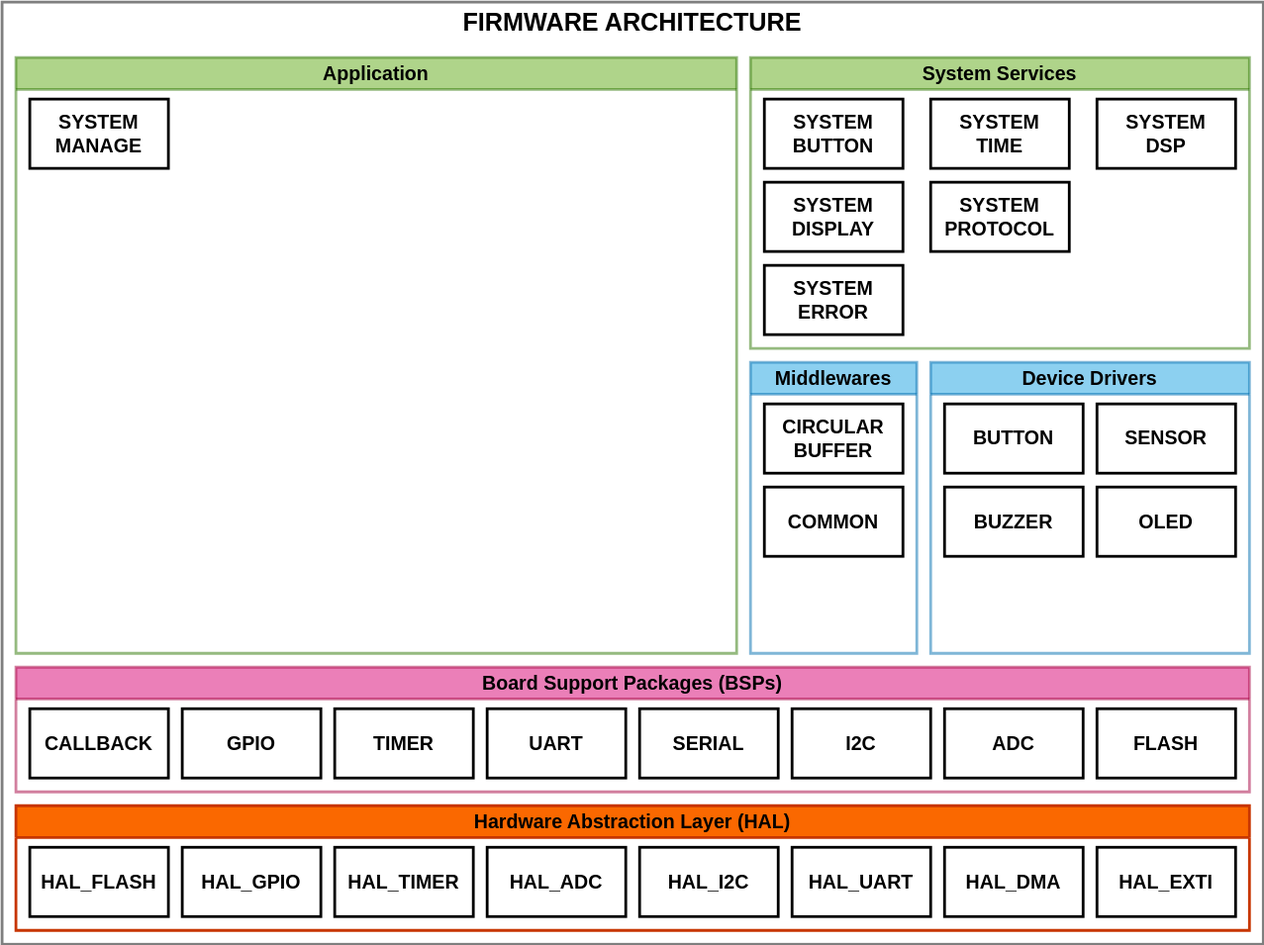
xuanvietcse/pulse_oximetry keeps this draw.io diagram as docs/img/firmware_architecture.svg. Above is the earlier version. Source tidied: cells renumbered, new cells last; positions are measured from the earlier drawing's top-left corner, leaving out a move shared by most shapes. Source of this version:
```xml
<mxGraphModel>
  <root>
    <mxCell id="0" />
    <mxCell id="1" parent="0" />
    <mxCell id="2" style="rounded=0;whiteSpace=wrap;html=1;fillColor=#FFFFFF;strokeColor=#000000;strokeWidth=2;opacity=50;" parent="1" vertex="1">
      <mxGeometry width="910" height="680" as="geometry" />
    </mxCell>
    <mxCell id="3" value="Hardware Abstraction Layer (HAL)" style="swimlane;whiteSpace=wrap;html=1;fillColor=#fa6800;fontColor=#000000;strokeColor=#C73500;strokeWidth=2;fontSize=14;" parent="1" vertex="1">
      <mxGeometry x="10" y="580" width="890" height="90" as="geometry" />
    </mxCell>
    <mxCell id="4" value="HAL_GPIO" style="rounded=0;whiteSpace=wrap;html=1;fillColor=#FFFFFF;fontColor=#000000;fontStyle=1;fontSize=14;labelBorderColor=none;strokeColor=#000000;strokeWidth=2;" parent="3" vertex="1">
      <mxGeometry x="120" y="30" width="100" height="50" as="geometry" />
    </mxCell>
    <mxCell id="5" value="HAL_TIMER" style="rounded=0;whiteSpace=wrap;html=1;fillColor=#FFFFFF;fontColor=#000000;fontStyle=1;fontSize=14;labelBorderColor=none;strokeColor=#000000;strokeWidth=2;" parent="3" vertex="1">
      <mxGeometry x="230" y="30" width="100" height="50" as="geometry" />
    </mxCell>
    <mxCell id="6" value="HAL_I2C" style="rounded=0;whiteSpace=wrap;html=1;fillColor=#FFFFFF;fontColor=#000000;fontStyle=1;fontSize=14;labelBorderColor=none;strokeColor=#000000;strokeWidth=2;" parent="3" vertex="1">
      <mxGeometry x="450" y="30" width="100" height="50" as="geometry" />
    </mxCell>
    <mxCell id="7" value="HAL_FLASH" style="rounded=0;whiteSpace=wrap;html=1;fillColor=#FFFFFF;fontColor=#000000;fontStyle=1;fontSize=14;labelBorderColor=none;strokeColor=#000000;strokeWidth=2;" parent="3" vertex="1">
      <mxGeometry x="10" y="30" width="100" height="50" as="geometry" />
    </mxCell>
    <mxCell id="8" value="HAL_UART" style="rounded=0;whiteSpace=wrap;html=1;fillColor=#FFFFFF;fontColor=#000000;fontStyle=1;fontSize=14;labelBorderColor=none;strokeColor=#000000;strokeWidth=2;" parent="3" vertex="1">
      <mxGeometry x="560" y="30" width="100" height="50" as="geometry" />
    </mxCell>
    <mxCell id="9" value="HAL_DMA" style="rounded=0;whiteSpace=wrap;html=1;fillColor=#FFFFFF;fontColor=#000000;fontStyle=1;fontSize=14;labelBorderColor=none;strokeColor=#000000;strokeWidth=2;" parent="1" vertex="1">
      <mxGeometry x="680" y="610" width="100" height="50" as="geometry" />
    </mxCell>
    <mxCell id="10" value="HAL_EXTI" style="rounded=0;whiteSpace=wrap;html=1;fillColor=#FFFFFF;fontColor=#000000;fontStyle=1;fontSize=14;labelBorderColor=none;strokeColor=#000000;strokeWidth=2;" parent="1" vertex="1">
      <mxGeometry x="790" y="610" width="100" height="50" as="geometry" />
    </mxCell>
    <mxCell id="11" value="HAL_ADC" style="rounded=0;whiteSpace=wrap;html=1;fillColor=#FFFFFF;fontColor=#000000;fontStyle=1;fontSize=14;labelBorderColor=none;strokeColor=#000000;strokeWidth=2;" parent="1" vertex="1">
      <mxGeometry x="350" y="610" width="100" height="50" as="geometry" />
    </mxCell>
    <mxCell id="12" value="&lt;font color=&quot;#000000&quot;&gt;Board Support Packages (BSPs)&lt;/font&gt;" style="swimlane;whiteSpace=wrap;html=1;fillColor=#d80073;fontColor=#ffffff;strokeColor=#A50040;strokeWidth=2;fontSize=14;opacity=50;" parent="1" vertex="1">
      <mxGeometry x="10" y="480" width="890" height="90" as="geometry" />
    </mxCell>
    <mxCell id="13" value="CALLBACK" style="rounded=0;whiteSpace=wrap;html=1;fillColor=#FFFFFF;fontColor=#000000;fontStyle=1;fontSize=14;labelBorderColor=none;strokeColor=#000000;strokeWidth=2;" parent="12" vertex="1">
      <mxGeometry x="10" y="30" width="100" height="50" as="geometry" />
    </mxCell>
    <mxCell id="14" value="TIMER" style="rounded=0;whiteSpace=wrap;html=1;fillColor=#FFFFFF;fontColor=#000000;fontStyle=1;fontSize=14;labelBorderColor=none;strokeColor=#000000;strokeWidth=2;" parent="12" vertex="1">
      <mxGeometry x="230" y="30" width="100" height="50" as="geometry" />
    </mxCell>
    <mxCell id="15" value="FLASH" style="rounded=0;whiteSpace=wrap;html=1;fillColor=#FFFFFF;fontColor=#000000;fontStyle=1;fontSize=14;labelBorderColor=none;strokeColor=#000000;strokeWidth=2;" parent="12" vertex="1">
      <mxGeometry x="780" y="30" width="100" height="50" as="geometry" />
    </mxCell>
    <mxCell id="16" value="ADC" style="rounded=0;whiteSpace=wrap;html=1;fillColor=#FFFFFF;fontColor=#000000;fontStyle=1;fontSize=14;labelBorderColor=none;strokeColor=#000000;strokeWidth=2;" parent="12" vertex="1">
      <mxGeometry x="670" y="30" width="100" height="50" as="geometry" />
    </mxCell>
    <mxCell id="17" value="GPIO" style="rounded=0;whiteSpace=wrap;html=1;fillColor=#FFFFFF;fontColor=#000000;fontStyle=1;fontSize=14;labelBorderColor=none;strokeColor=#000000;strokeWidth=2;" parent="12" vertex="1">
      <mxGeometry x="120" y="30" width="100" height="50" as="geometry" />
    </mxCell>
    <mxCell id="18" value="UART" style="rounded=0;whiteSpace=wrap;html=1;fillColor=#FFFFFF;fontColor=#000000;fontStyle=1;fontSize=14;labelBorderColor=none;strokeColor=#000000;strokeWidth=2;" parent="12" vertex="1">
      <mxGeometry x="340" y="30" width="100" height="50" as="geometry" />
    </mxCell>
    <mxCell id="19" value="I2C" style="rounded=0;whiteSpace=wrap;html=1;fillColor=#FFFFFF;fontColor=#000000;fontStyle=1;fontSize=14;labelBorderColor=none;strokeColor=#000000;strokeWidth=2;" parent="12" vertex="1">
      <mxGeometry x="560" y="30" width="100" height="50" as="geometry" />
    </mxCell>
    <mxCell id="20" value="SERIAL" style="rounded=0;whiteSpace=wrap;html=1;fillColor=#FFFFFF;fontColor=#000000;fontStyle=1;fontSize=14;labelBorderColor=none;strokeColor=#000000;strokeWidth=2;" parent="1" vertex="1">
      <mxGeometry x="460" y="510" width="100" height="50" as="geometry" />
    </mxCell>
    <mxCell id="21" value="&lt;font color=&quot;#000000&quot;&gt;Device Drivers&lt;/font&gt;" style="swimlane;whiteSpace=wrap;html=1;fillColor=#1ba1e2;fontColor=#ffffff;strokeColor=#006EAF;strokeWidth=2;fontSize=14;opacity=50;" parent="1" vertex="1">
      <mxGeometry x="670" y="260" width="230" height="210" as="geometry" />
    </mxCell>
    <mxCell id="22" value="BUTTON" style="rounded=0;whiteSpace=wrap;html=1;fillColor=#FFFFFF;fontColor=#000000;fontStyle=1;fontSize=14;labelBorderColor=none;strokeColor=#000000;strokeWidth=2;" parent="21" vertex="1">
      <mxGeometry x="10" y="30" width="100" height="50" as="geometry" />
    </mxCell>
    <mxCell id="23" value="OLED" style="rounded=0;whiteSpace=wrap;html=1;fillColor=#FFFFFF;fontColor=#000000;fontStyle=1;fontSize=14;labelBorderColor=none;strokeColor=#000000;strokeWidth=2;" parent="21" vertex="1">
      <mxGeometry x="120" y="90" width="100" height="50" as="geometry" />
    </mxCell>
    <mxCell id="24" value="BUZZER" style="rounded=0;whiteSpace=wrap;html=1;fillColor=#FFFFFF;fontColor=#000000;fontStyle=1;fontSize=14;labelBorderColor=none;strokeColor=#000000;strokeWidth=2;" parent="21" vertex="1">
      <mxGeometry x="10" y="90" width="100" height="50" as="geometry" />
    </mxCell>
    <mxCell id="25" value="SENSOR" style="rounded=0;whiteSpace=wrap;html=1;fillColor=#FFFFFF;fontColor=#000000;fontStyle=1;fontSize=14;labelBorderColor=none;strokeColor=#000000;strokeWidth=2;" parent="1" vertex="1">
      <mxGeometry x="790" y="290" width="100" height="50" as="geometry" />
    </mxCell>
    <mxCell id="26" value="&lt;font color=&quot;#000000&quot;&gt;Middlewares&lt;/font&gt;" style="swimlane;whiteSpace=wrap;html=1;fillColor=#1ba1e2;fontColor=#ffffff;strokeColor=#006EAF;strokeWidth=2;fontSize=14;opacity=50;" parent="1" vertex="1">
      <mxGeometry x="540" y="260" width="120" height="210" as="geometry" />
    </mxCell>
    <mxCell id="27" value="CIRCULAR&lt;br&gt;BUFFER" style="rounded=0;whiteSpace=wrap;html=1;fillColor=#FFFFFF;fontColor=#000000;fontStyle=1;fontSize=14;labelBorderColor=none;strokeColor=#000000;strokeWidth=2;" parent="26" vertex="1">
      <mxGeometry x="10" y="30" width="100" height="50" as="geometry" />
    </mxCell>
    <mxCell id="28" value="COMMON" style="rounded=0;whiteSpace=wrap;html=1;fillColor=#FFFFFF;fontColor=#000000;fontStyle=1;fontSize=14;labelBorderColor=none;strokeColor=#000000;strokeWidth=2;" parent="26" vertex="1">
      <mxGeometry x="10" y="90" width="100" height="50" as="geometry" />
    </mxCell>
    <mxCell id="29" value="&lt;font color=&quot;#000000&quot;&gt;System Services&lt;/font&gt;" style="swimlane;whiteSpace=wrap;html=1;fillColor=#60a917;fontColor=#ffffff;strokeColor=#2D7600;strokeWidth=2;fontSize=14;opacity=50;" parent="1" vertex="1">
      <mxGeometry x="540" y="40" width="360" height="210" as="geometry" />
    </mxCell>
    <mxCell id="30" value="SYSTEM BUTTON" style="rounded=0;whiteSpace=wrap;html=1;fillColor=#FFFFFF;fontColor=#000000;fontStyle=1;fontSize=14;labelBorderColor=none;strokeColor=#000000;strokeWidth=2;" parent="29" vertex="1">
      <mxGeometry x="10" y="30" width="100" height="50" as="geometry" />
    </mxCell>
    <mxCell id="31" value="SYSTEM &lt;br&gt;DSP" style="rounded=0;whiteSpace=wrap;html=1;fillColor=#FFFFFF;fontColor=#000000;fontStyle=1;fontSize=14;labelBorderColor=none;strokeColor=#000000;strokeWidth=2;" parent="29" vertex="1">
      <mxGeometry x="250" y="30" width="100" height="50" as="geometry" />
    </mxCell>
    <mxCell id="32" value="SYSTEM &lt;br&gt;PROTOCOL" style="rounded=0;whiteSpace=wrap;html=1;fillColor=#FFFFFF;fontColor=#000000;fontStyle=1;fontSize=14;labelBorderColor=none;strokeColor=#000000;strokeWidth=2;" parent="29" vertex="1">
      <mxGeometry x="130" y="90" width="100" height="50" as="geometry" />
    </mxCell>
    <mxCell id="33" value="SYSTEM &lt;br&gt;TIME" style="rounded=0;whiteSpace=wrap;html=1;fillColor=#FFFFFF;fontColor=#000000;fontStyle=1;fontSize=14;labelBorderColor=none;strokeColor=#000000;strokeWidth=2;" parent="1" vertex="1">
      <mxGeometry x="670" y="70" width="100" height="50" as="geometry" />
    </mxCell>
    <mxCell id="34" value="SYSTEM &lt;br&gt;DISPLAY" style="rounded=0;whiteSpace=wrap;html=1;fillColor=#FFFFFF;fontColor=#000000;fontStyle=1;fontSize=14;labelBorderColor=none;strokeColor=#000000;strokeWidth=2;" parent="1" vertex="1">
      <mxGeometry x="550" y="130" width="100" height="50" as="geometry" />
    </mxCell>
    <mxCell id="35" value="SYSTEM &lt;br&gt;ERROR" style="rounded=0;whiteSpace=wrap;html=1;fillColor=#FFFFFF;fontColor=#000000;fontStyle=1;fontSize=14;labelBorderColor=none;strokeColor=#000000;strokeWidth=2;" parent="1" vertex="1">
      <mxGeometry x="550" y="190" width="100" height="50" as="geometry" />
    </mxCell>
    <mxCell id="36" value="&lt;font color=&quot;#000000&quot;&gt;Application&lt;/font&gt;" style="swimlane;whiteSpace=wrap;html=1;fillColor=#60a917;fontColor=#ffffff;strokeColor=#2D7600;strokeWidth=2;fontSize=14;opacity=50;startSize=23;" parent="1" vertex="1">
      <mxGeometry x="10" y="40" width="520" height="430" as="geometry" />
    </mxCell>
    <mxCell id="37" value="SYSTEM MANAGE" style="rounded=0;whiteSpace=wrap;html=1;fillColor=#FFFFFF;fontColor=#000000;fontStyle=1;fontSize=14;labelBorderColor=none;strokeColor=#000000;strokeWidth=2;" parent="36" vertex="1">
      <mxGeometry x="10" y="30" width="100" height="50" as="geometry" />
    </mxCell>
    <mxCell id="38" value="FIRMWARE ARCHITECTURE" style="text;html=1;strokeColor=none;fillColor=none;align=center;verticalAlign=middle;whiteSpace=wrap;rounded=0;labelBorderColor=none;strokeWidth=2;fontSize=18;fontColor=#000000;opacity=50;fontStyle=1;" parent="1" vertex="1">
      <mxGeometry width="910" height="30" as="geometry" />
    </mxCell>
  </root>
</mxGraphModel>
```
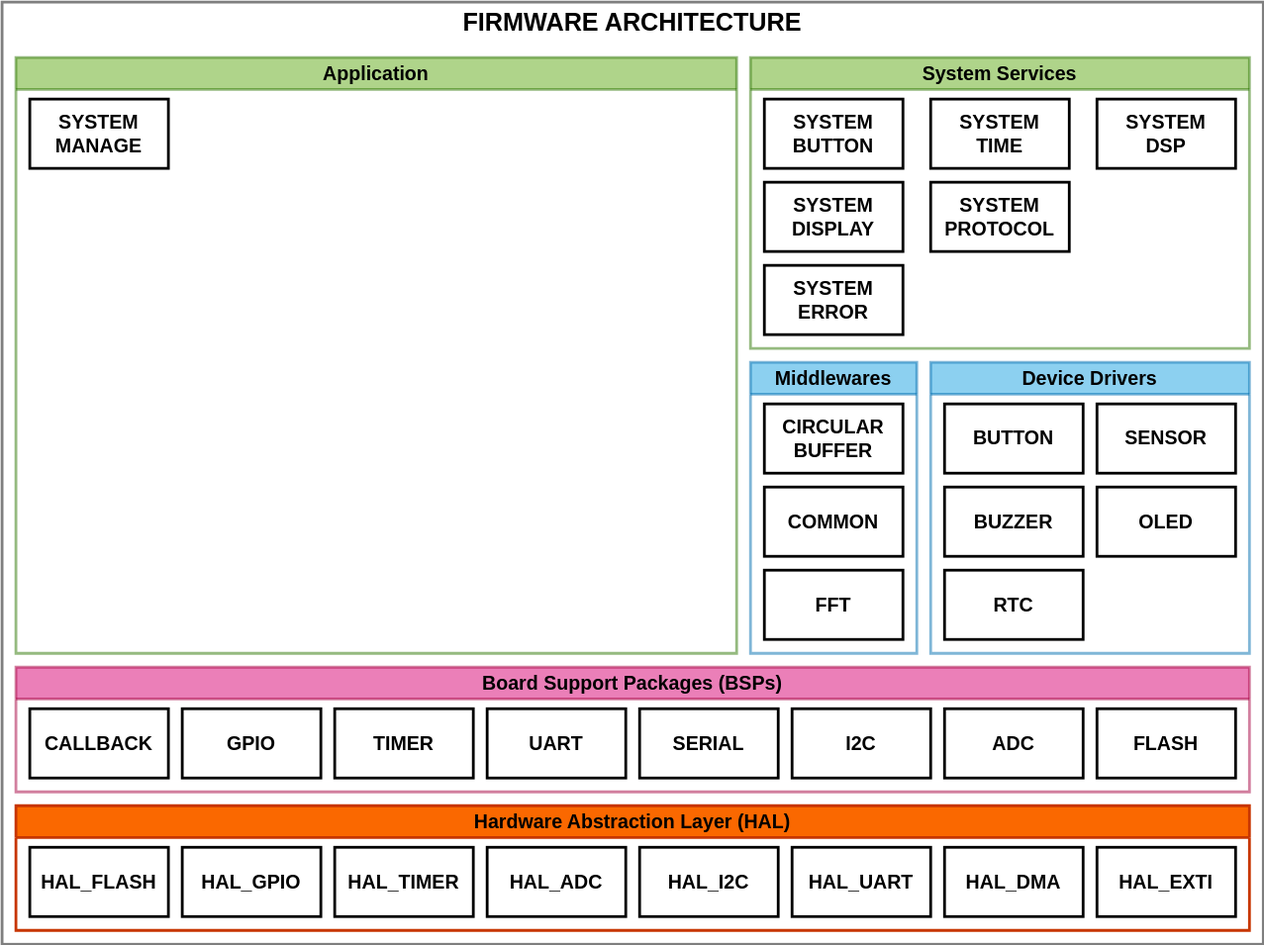
Above is the later version.

Commit message:
docs: add rtc and fft to firmware architecture

What changed in the source:
```diff
@@ -71,6 +71,9 @@
     <mxCell id="24" value="BUZZER" style="rounded=0;whiteSpace=wrap;html=1;fillColor=#FFFFFF;fontColor=#000000;fontStyle=1;fontSize=14;labelBorderColor=none;strokeColor=#000000;strokeWidth=2;" parent="21" vertex="1">
       <mxGeometry x="10" y="90" width="100" height="50" as="geometry" />
     </mxCell>
+    <mxCell id="39" value="RTC" style="rounded=0;whiteSpace=wrap;html=1;fillColor=#FFFFFF;fontColor=#000000;fontStyle=1;fontSize=14;labelBorderColor=none;strokeColor=#000000;strokeWidth=2;" parent="21" vertex="1">
+      <mxGeometry x="10" y="150" width="100" height="50" as="geometry" />
+    </mxCell>
     <mxCell id="25" value="SENSOR" style="rounded=0;whiteSpace=wrap;html=1;fillColor=#FFFFFF;fontColor=#000000;fontStyle=1;fontSize=14;labelBorderColor=none;strokeColor=#000000;strokeWidth=2;" parent="1" vertex="1">
       <mxGeometry x="790" y="290" width="100" height="50" as="geometry" />
     </mxCell>
@@ -83,6 +86,9 @@
     <mxCell id="28" value="COMMON" style="rounded=0;whiteSpace=wrap;html=1;fillColor=#FFFFFF;fontColor=#000000;fontStyle=1;fontSize=14;labelBorderColor=none;strokeColor=#000000;strokeWidth=2;" parent="26" vertex="1">
       <mxGeometry x="10" y="90" width="100" height="50" as="geometry" />
     </mxCell>
+    <mxCell id="40" value="FFT" style="rounded=0;whiteSpace=wrap;html=1;fillColor=#FFFFFF;fontColor=#000000;fontStyle=1;fontSize=14;labelBorderColor=none;strokeColor=#000000;strokeWidth=2;" parent="26" vertex="1">
+      <mxGeometry x="10" y="150" width="100" height="50" as="geometry" />
+    </mxCell>
     <mxCell id="29" value="&lt;font color=&quot;#000000&quot;&gt;System Services&lt;/font&gt;" style="swimlane;whiteSpace=wrap;html=1;fillColor=#60a917;fontColor=#ffffff;strokeColor=#2D7600;strokeWidth=2;fontSize=14;opacity=50;" parent="1" vertex="1">
       <mxGeometry x="540" y="40" width="360" height="210" as="geometry" />
     </mxCell>
```
